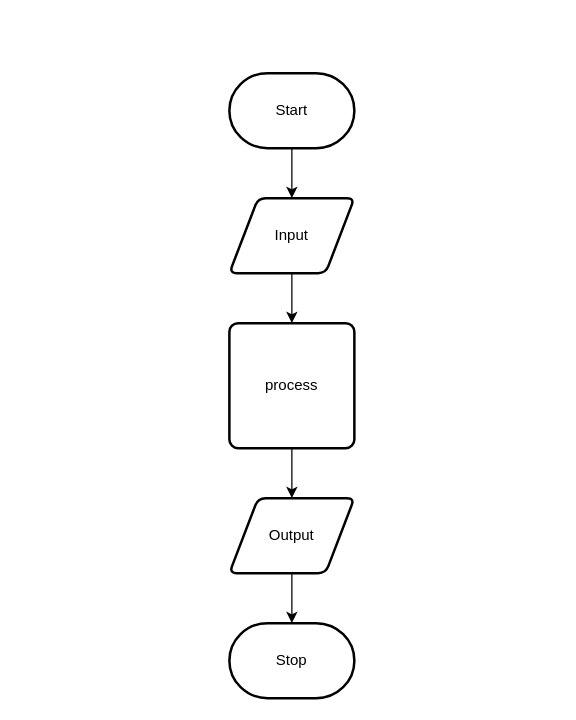
Above: design/flow-chart.drawio in Emmanuel-Fofeyin/ICS2O-Unit5-02-HTML (draw.io), before the change. Source tidied: cells renumbered, new cells numbered last; positions are measured from the earlier drawing's top-left corner, leaving out a move shared by most shapes. Both pictures are drawn from the tidied source at 125%, with x=0, y=0 at pixel (229, 72).
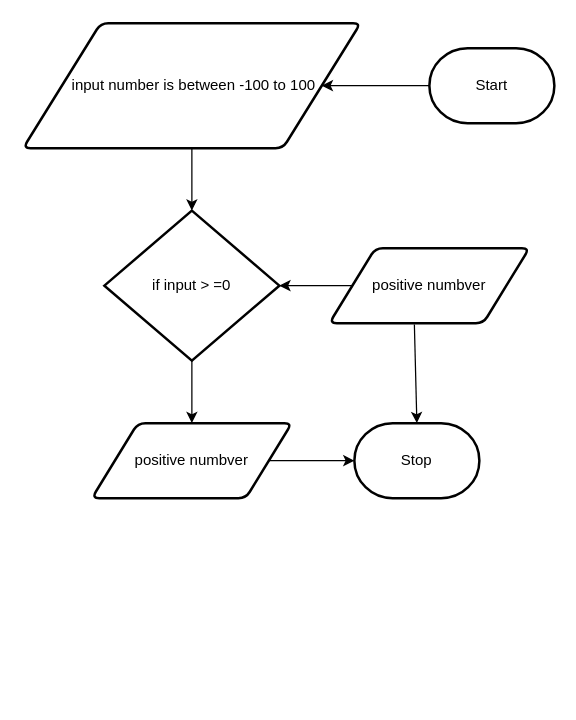
After the change.

Commit message (it also covers changes not shown here):
added two new file in design folder

Diff of the diagram source:
```diff
@@
 <mxGraphModel>
   <root>
     <mxCell id="0" />
     <mxCell id="1" parent="0" />
     <mxCell id="2" style="edgeStyle=none;html=1;" parent="1" edge="1" source="3" target="5">
       <mxGeometry relative="1" as="geometry" />
     </mxCell>
     <mxCell id="3" value="Start" style="strokeWidth=2;html=1;shape=mxgraph.flowchart.terminator;whiteSpace=wrap;" parent="1" vertex="1">
-      <mxGeometry width="100" height="60" as="geometry" />
+      <mxGeometry x="160" y="-20" width="100" height="60" as="geometry" />
     </mxCell>
-    <mxCell id="4" style="edgeStyle=none;html=1;" parent="1" edge="1" source="5" target="7">
+    <mxCell id="4" style="edgeStyle=none;html=1;entryX=0.5;entryY=0;entryDx=0;entryDy=0;entryPerimeter=0;" parent="1" edge="1" source="5" target="11">
       <mxGeometry relative="1" as="geometry" />
     </mxCell>
-    <mxCell id="5" value="Input" style="shape=parallelogram;html=1;strokeWidth=2;perimeter=parallelogramPerimeter;whiteSpace=wrap;rounded=1;arcSize=12;size=0.23;" parent="1" vertex="1">
-      <mxGeometry y="100" width="100" height="60" as="geometry" />
+    <mxCell id="5" value="&amp;nbsp;input number is between -100 to 100" style="shape=parallelogram;html=1;strokeWidth=2;perimeter=parallelogramPerimeter;whiteSpace=wrap;rounded=1;arcSize=12;size=0.23;" parent="1" vertex="1">
+      <mxGeometry x="-165" y="-40" width="270" height="100" as="geometry" />
     </mxCell>
-    <mxCell id="6" style="edgeStyle=none;html=1;" parent="1" edge="1" source="7" target="9">
+    <mxCell id="6" style="edgeStyle=none;html=1;entryX=0.5;entryY=0;entryDx=0;entryDy=0;exitX=0.5;exitY=1;exitDx=0;exitDy=0;exitPerimeter=0;" parent="1" edge="1" source="11" target="9">
       <mxGeometry relative="1" as="geometry" />
     </mxCell>
-    <mxCell id="7" value="process" style="rounded=1;whiteSpace=wrap;html=1;absoluteArcSize=1;arcSize=14;strokeWidth=2;" parent="1" vertex="1">
-      <mxGeometry y="200" width="100" height="100" as="geometry" />
-    </mxCell>
-    <mxCell id="8" style="edgeStyle=none;html=1;" parent="1" edge="1" source="9" target="10">
+    <mxCell id="8" style="edgeStyle=none;html=1;exitX=1;exitY=0.5;exitDx=0;exitDy=0;" parent="1" edge="1" source="9" target="10">
       <mxGeometry relative="1" as="geometry" />
     </mxCell>
-    <mxCell id="9" value="Output" style="shape=parallelogram;html=1;strokeWidth=2;perimeter=parallelogramPerimeter;whiteSpace=wrap;rounded=1;arcSize=12;size=0.23;" parent="1" vertex="1">
-      <mxGeometry y="340" width="100" height="60" as="geometry" />
+    <mxCell id="9" value="positive numbver" style="shape=parallelogram;html=1;strokeWidth=2;perimeter=parallelogramPerimeter;whiteSpace=wrap;rounded=1;arcSize=12;size=0.23;" parent="1" vertex="1">
+      <mxGeometry x="-110" y="280" width="160" height="60" as="geometry" />
     </mxCell>
     <mxCell id="10" value="Stop" style="strokeWidth=2;html=1;shape=mxgraph.flowchart.terminator;whiteSpace=wrap;" parent="1" vertex="1">
-      <mxGeometry y="440" width="100" height="60" as="geometry" />
+      <mxGeometry x="100" y="280" width="100" height="60" as="geometry" />
     </mxCell>
+    <mxCell id="11" value="if input &amp;gt; =0" style="strokeWidth=2;html=1;shape=mxgraph.flowchart.decision;whiteSpace=wrap;" parent="1" vertex="1">
+      <mxGeometry x="-100" y="110" width="140" height="120" as="geometry" />
+    </mxCell>
+    <mxCell id="12" value="positive numbver" style="shape=parallelogram;html=1;strokeWidth=2;perimeter=parallelogramPerimeter;whiteSpace=wrap;rounded=1;arcSize=12;size=0.23;" parent="1" vertex="1">
+      <mxGeometry x="80" y="140" width="160" height="60" as="geometry" />
+    </mxCell>
+    <mxCell id="13" style="edgeStyle=none;html=1;exitX=0;exitY=0.5;exitDx=0;exitDy=0;entryX=1;entryY=0.5;entryDx=0;entryDy=0;entryPerimeter=0;" parent="1" edge="1" source="12" target="11">
+      <mxGeometry relative="1" as="geometry" />
+    </mxCell>
+    <mxCell id="14" style="edgeStyle=none;html=1;entryX=0.5;entryY=0;entryDx=0;entryDy=0;exitX=0.425;exitY=1.017;exitDx=0;exitDy=0;exitPerimeter=0;entryPerimeter=0;" parent="1" edge="1" source="12" target="10">
+      <mxGeometry relative="1" as="geometry" />
+    </mxCell>
   </root>
 </mxGraphModel>
```
